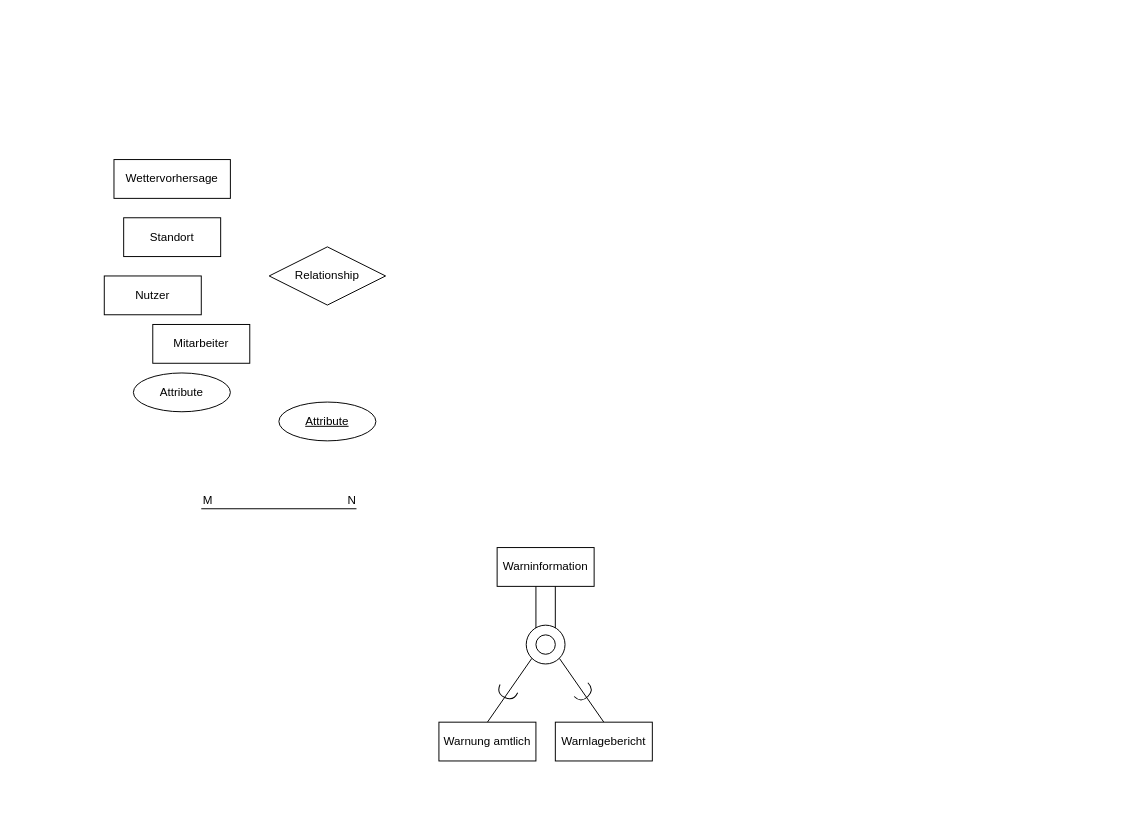
This is Datenbanken.drawio from mertoo36/Web-Programmierung, a draw.io file, before an edit. Source tidied: cells renumbered, new cells numbered last; positions are measured from the earlier drawing's top-left corner, leaving out a move shared by most shapes. Both pictures are drawn from the tidied source at 97%, with x=0, y=0 at pixel (104, 159).
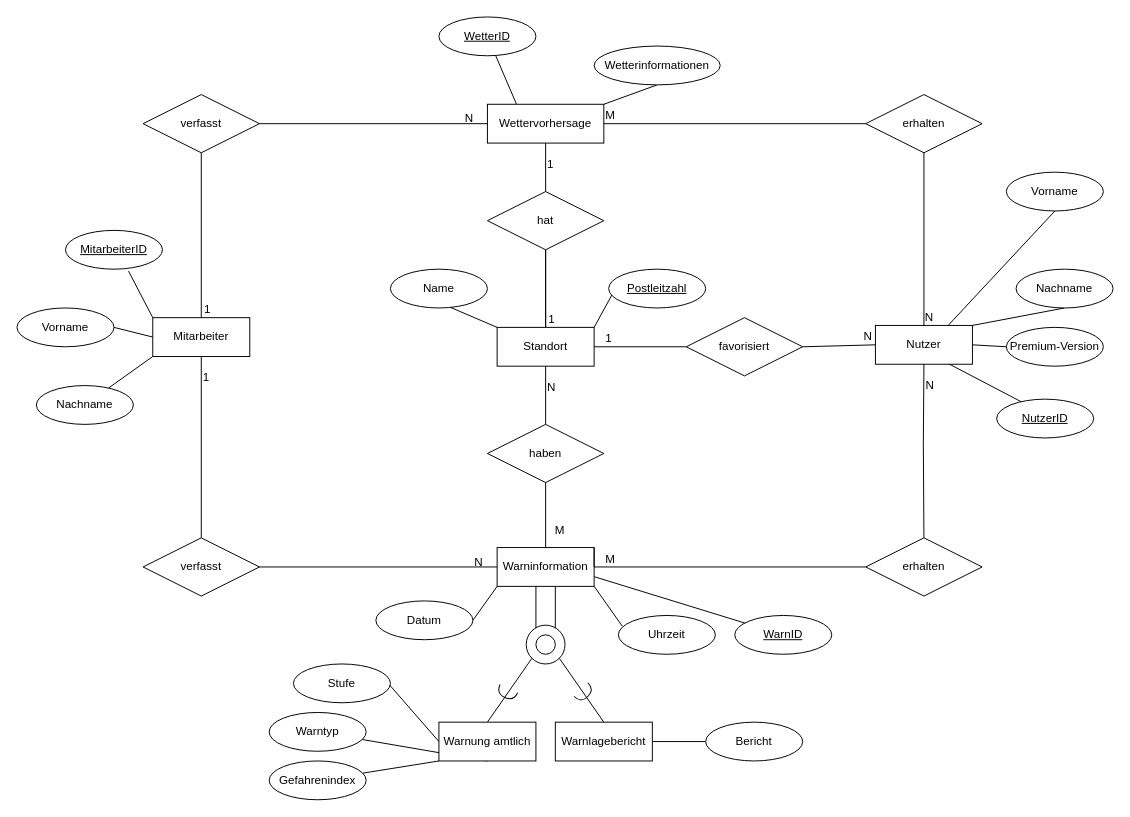
Above is the later version.

The change refers to these unchanged cells:
```xml
<mxCell id="15" value="Warninformation" style="whiteSpace=wrap;html=1;align=center;" parent="1" vertex="1">
  <mxGeometry x="405" y="400" width="100" height="40" as="geometry" />
</mxCell>
<mxCell id="16" value="Warnung amtlich" style="whiteSpace=wrap;html=1;align=center;" parent="1" vertex="1">
  <mxGeometry x="345" y="580" width="100" height="40" as="geometry" />
</mxCell>
<mxCell id="19" value="Warnlagebericht" style="whiteSpace=wrap;html=1;align=center;" parent="1" vertex="1">
  <mxGeometry x="465" y="580" width="100" height="40" as="geometry" />
</mxCell>
```

Change to the diagram source:
```diff
@@
-    <mxCell id="3" style="endArrow=none;html=1;rounded=0;" parent="1" edge="1">
+    <mxCell id="3" style="endArrow=none;html=1;rounded=0;entryX=0.5;entryY=0;entryDx=0;entryDy=0;exitX=0.5;exitY=1;exitDx=0;exitDy=0;" parent="1" edge="1" source="17" target="62">
       <mxGeometry relative="1" as="geometry">
-        <mxPoint x="100" y="360" as="sourcePoint" />
-        <mxPoint x="260" y="360" as="targetPoint" />
+        <Array as="points">
+          <mxPoint x="100" y="283" />
+        </Array>
       </mxGeometry>
     </mxCell>
-    <mxCell id="4" value="M" style="html=1;align=left;verticalAlign=bottom;" parent="3" vertex="1">
-      <mxGeometry x="-1" relative="1" as="geometry" />
+    <mxCell id="4" value="1" style="html=1;align=left;verticalAlign=bottom;" parent="3" vertex="1">
+      <mxGeometry x="-1" relative="1" as="geometry">
+        <mxPoint y="30" as="offset" />
+      </mxGeometry>
     </mxCell>
-    <mxCell id="5" value="N" style="html=1;align=right;verticalAlign=bottom;" parent="3" vertex="1">
-      <mxGeometry x="1" relative="1" as="geometry" />
-    </mxCell>
@@
+    <mxCell id="22" style="jettySize=auto;html=1;exitX=0;exitY=0;exitDx=0;exitDy=0;entryX=1;entryY=1;entryDx=0;entryDy=0;fontFamily=Helvetica;fontSize=12;fontColor=default;startArrow=none;startFill=0;endArrow=none;endFill=0;rounded=0;strokeColor=default;" parent="1" edge="1" source="10" target="12">
+      <mxGeometry relative="1" as="geometry" />
+    </mxCell>
+    <mxCell id="23" style="edgeStyle=none;rounded=0;jettySize=auto;html=1;exitX=1;exitY=0;exitDx=0;exitDy=0;entryX=0.5;entryY=1;entryDx=0;entryDy=0;strokeColor=default;fontFamily=Helvetica;fontSize=12;fontColor=default;startArrow=none;startFill=0;endArrow=none;endFill=0;" parent="1" edge="1" source="10" target="41">
+      <mxGeometry relative="1" as="geometry" />
+    </mxCell>
+    <mxCell id="24" style="edgeStyle=none;rounded=0;jettySize=auto;html=1;exitX=0.75;exitY=0;exitDx=0;exitDy=0;entryX=0.5;entryY=1;entryDx=0;entryDy=0;strokeColor=default;fontFamily=Helvetica;fontSize=12;fontColor=default;startArrow=none;startFill=0;endArrow=none;endFill=0;" parent="1" edge="1" source="10" target="13">
+      <mxGeometry relative="1" as="geometry" />
+    </mxCell>
+    <mxCell id="25" style="edgeStyle=none;rounded=0;jettySize=auto;html=1;exitX=1;exitY=0.5;exitDx=0;exitDy=0;entryX=0;entryY=0.5;entryDx=0;entryDy=0;strokeColor=default;fontFamily=Helvetica;fontSize=12;fontColor=default;startArrow=none;startFill=0;endArrow=none;endFill=0;" parent="1" edge="1" source="10" target="42">
+      <mxGeometry relative="1" as="geometry" />
+    </mxCell>
     <mxCell id="10" value="Nutzer" style="whiteSpace=wrap;html=1;align=center;" parent="1" vertex="1">
-      <mxGeometry y="120" width="100" height="40" as="geometry" />
+      <mxGeometry x="795" y="171" width="100" height="40" as="geometry" />
     </mxCell>
-    <mxCell id="11" value="Relationship" style="shape=rhombus;perimeter=rhombusPerimeter;whiteSpace=wrap;html=1;align=center;" parent="1" vertex="1">
-      <mxGeometry x="170" y="90" width="120" height="60" as="geometry" />
-    </mxCell>
-    <mxCell id="12" value="Attribute" style="ellipse;whiteSpace=wrap;html=1;align=center;fontStyle=4;" parent="1" vertex="1">
-      <mxGeometry x="180" y="250" width="100" height="40" as="geometry" />
+    <mxCell id="12" value="NutzerID" style="ellipse;whiteSpace=wrap;html=1;align=center;fontStyle=4;" parent="1" vertex="1">
+      <mxGeometry x="920" y="247" width="100" height="40" as="geometry" />
     </mxCell>
-    <mxCell id="13" value="Attribute" style="ellipse;whiteSpace=wrap;html=1;align=center;" parent="1" vertex="1">
-      <mxGeometry x="30" y="220" width="100" height="40" as="geometry" />
+    <mxCell id="13" value="Vorname" style="ellipse;whiteSpace=wrap;html=1;align=center;" parent="1" vertex="1">
+      <mxGeometry x="930" y="13" width="100" height="40" as="geometry" />
     </mxCell>
+    <mxCell id="26" style="edgeStyle=none;rounded=0;jettySize=auto;html=1;exitX=0.25;exitY=0;exitDx=0;exitDy=0;strokeColor=default;fontFamily=Helvetica;fontSize=12;fontColor=default;startArrow=none;startFill=0;endArrow=none;endFill=0;" parent="1" edge="1" source="14" target="43">
+      <mxGeometry relative="1" as="geometry" />
+    </mxCell>
+    <mxCell id="27" style="edgeStyle=none;rounded=0;jettySize=auto;html=1;exitX=1;exitY=0;exitDx=0;exitDy=0;entryX=0.5;entryY=1;entryDx=0;entryDy=0;strokeColor=default;fontFamily=Helvetica;fontSize=12;fontColor=default;startArrow=none;startFill=0;endArrow=none;endFill=0;" parent="1" edge="1" source="14" target="44">
+      <mxGeometry relative="1" as="geometry" />
+    </mxCell>
     <mxCell id="14" value="Wettervorhersage" style="whiteSpace=wrap;html=1;align=center;" parent="1" vertex="1">
-      <mxGeometry x="10" width="120" height="40" as="geometry" />
+      <mxGeometry x="395" y="-57" width="120" height="40" as="geometry" />
     </mxCell>
+    <mxCell id="28" style="edgeStyle=none;rounded=0;jettySize=auto;html=1;exitX=1;exitY=0.75;exitDx=0;exitDy=0;strokeColor=default;fontFamily=Helvetica;fontSize=12;fontColor=default;startArrow=none;startFill=0;endArrow=none;endFill=0;" parent="1" edge="1" source="15" target="50">
+      <mxGeometry relative="1" as="geometry" />
+    </mxCell>
+    <mxCell id="29" style="edgeStyle=none;rounded=0;jettySize=auto;html=1;exitX=1;exitY=1;exitDx=0;exitDy=0;entryX=0.04;entryY=0.275;entryDx=0;entryDy=0;entryPerimeter=0;strokeColor=default;fontFamily=Helvetica;fontSize=12;fontColor=default;startArrow=none;startFill=0;endArrow=none;endFill=0;" parent="1" edge="1" source="15" target="52">
+      <mxGeometry relative="1" as="geometry" />
+    </mxCell>
+    <mxCell id="30" style="edgeStyle=none;rounded=0;jettySize=auto;html=1;entryX=1;entryY=0.5;entryDx=0;entryDy=0;strokeColor=default;fontFamily=Helvetica;fontSize=12;fontColor=default;startArrow=none;startFill=0;endArrow=none;endFill=0;exitX=0;exitY=1;exitDx=0;exitDy=0;" parent="1" edge="1" source="15" target="51">
+      <mxGeometry relative="1" as="geometry" />
+    </mxCell>
@@
+    <mxCell id="31" style="edgeStyle=none;rounded=0;jettySize=auto;html=1;exitX=0.5;exitY=1;exitDx=0;exitDy=0;strokeColor=default;fontFamily=Helvetica;fontSize=12;fontColor=default;startArrow=none;startFill=0;endArrow=none;endFill=0;" parent="1" edge="1" source="16" target="56">
+      <mxGeometry relative="1" as="geometry" />
+    </mxCell>
+    <mxCell id="32" style="edgeStyle=none;rounded=0;jettySize=auto;html=1;exitX=0;exitY=0.5;exitDx=0;exitDy=0;entryX=1;entryY=0;entryDx=0;entryDy=0;strokeColor=default;fontFamily=Helvetica;fontSize=12;fontColor=default;startArrow=none;startFill=0;endArrow=none;endFill=0;" parent="1" edge="1" source="16" target="55">
+      <mxGeometry relative="1" as="geometry" />
+    </mxCell>
+    <mxCell id="33" style="edgeStyle=none;rounded=0;jettySize=auto;html=1;exitX=0;exitY=1;exitDx=0;exitDy=0;strokeColor=default;fontFamily=Helvetica;fontSize=12;fontColor=default;startArrow=none;startFill=0;endArrow=none;endFill=0;" parent="1" edge="1" source="16" target="54">
+      <mxGeometry relative="1" as="geometry" />
+    </mxCell>
@@
+    <mxCell id="34" style="edgeStyle=none;rounded=0;jettySize=auto;html=1;exitX=0;exitY=0;exitDx=0;exitDy=0;entryX=0.65;entryY=1.05;entryDx=0;entryDy=0;entryPerimeter=0;strokeColor=default;fontFamily=Helvetica;fontSize=12;fontColor=default;startArrow=none;startFill=0;endArrow=none;endFill=0;" parent="1" edge="1" source="17" target="47">
+      <mxGeometry relative="1" as="geometry" />
+    </mxCell>
+    <mxCell id="35" style="edgeStyle=none;rounded=0;jettySize=auto;html=1;exitX=0;exitY=0.5;exitDx=0;exitDy=0;entryX=1;entryY=0.5;entryDx=0;entryDy=0;strokeColor=default;fontFamily=Helvetica;fontSize=12;fontColor=default;startArrow=none;startFill=0;endArrow=none;endFill=0;" parent="1" edge="1" source="17" target="49">
+      <mxGeometry relative="1" as="geometry" />
+    </mxCell>
+    <mxCell id="36" style="edgeStyle=none;rounded=0;jettySize=auto;html=1;exitX=0;exitY=1;exitDx=0;exitDy=0;strokeColor=default;fontFamily=Helvetica;fontSize=12;fontColor=default;startArrow=none;startFill=0;endArrow=none;endFill=0;" parent="1" edge="1" source="17" target="48">
+      <mxGeometry relative="1" as="geometry" />
+    </mxCell>
     <mxCell id="17" value="Mitarbeiter" style="whiteSpace=wrap;html=1;align=center;" parent="1" vertex="1">
-      <mxGeometry x="50" y="170" width="100" height="40" as="geometry" />
+      <mxGeometry x="50" y="163" width="100" height="40" as="geometry" />
     </mxCell>
+    <mxCell id="37" style="edgeStyle=none;rounded=0;jettySize=auto;html=1;exitX=0;exitY=0;exitDx=0;exitDy=0;entryX=0.61;entryY=0.975;entryDx=0;entryDy=0;entryPerimeter=0;strokeColor=default;fontFamily=Helvetica;fontSize=12;fontColor=default;startArrow=none;startFill=0;endArrow=none;endFill=0;" parent="1" edge="1" source="18" target="46">
+      <mxGeometry relative="1" as="geometry" />
+    </mxCell>
+    <mxCell id="38" style="edgeStyle=none;rounded=0;jettySize=auto;html=1;exitX=1;exitY=0;exitDx=0;exitDy=0;entryX=0;entryY=0;entryDx=0;entryDy=0;strokeColor=default;fontFamily=Helvetica;fontSize=12;fontColor=default;startArrow=none;startFill=0;endArrow=none;endFill=0;" parent="1" edge="1" source="18" target="45">
+      <mxGeometry relative="1" as="geometry" />
+    </mxCell>
+    <mxCell id="39" style="edgeStyle=none;rounded=0;jettySize=auto;html=1;strokeColor=default;fontFamily=Helvetica;fontSize=12;fontColor=default;startArrow=none;startFill=0;endArrow=none;endFill=0;" parent="1" edge="1" source="18" target="58">
+      <mxGeometry relative="1" as="geometry" />
+    </mxCell>
     <mxCell id="18" value="Standort" style="whiteSpace=wrap;html=1;align=center;" parent="1" vertex="1">
-      <mxGeometry x="20" y="60" width="100" height="40" as="geometry" />
+      <mxGeometry x="405" y="173" width="100" height="40" as="geometry" />
     </mxCell>
+    <mxCell id="40" style="edgeStyle=none;rounded=0;jettySize=auto;html=1;exitX=1;exitY=0.5;exitDx=0;exitDy=0;entryX=0;entryY=0.5;entryDx=0;entryDy=0;strokeColor=default;fontFamily=Helvetica;fontSize=12;fontColor=default;startArrow=none;startFill=0;endArrow=none;endFill=0;" parent="1" edge="1" source="19" target="53">
+      <mxGeometry relative="1" as="geometry" />
+    </mxCell>
@@
+    <mxCell id="41" value="Nachname" style="ellipse;whiteSpace=wrap;html=1;align=center;" parent="1" vertex="1">
+      <mxGeometry x="940" y="113" width="100" height="40" as="geometry" />
+    </mxCell>
+    <mxCell id="42" value="Premium-Version" style="ellipse;whiteSpace=wrap;html=1;align=center;" parent="1" vertex="1">
+      <mxGeometry x="930" y="173" width="100" height="40" as="geometry" />
+    </mxCell>
+    <mxCell id="43" value="WetterID" style="ellipse;whiteSpace=wrap;html=1;align=center;fontStyle=4;" parent="1" vertex="1">
+      <mxGeometry x="345" y="-147" width="100" height="40" as="geometry" />
+    </mxCell>
+    <mxCell id="44" value="Wetterinformationen" style="ellipse;whiteSpace=wrap;html=1;align=center;" parent="1" vertex="1">
+      <mxGeometry x="505" y="-117" width="130" height="40" as="geometry" />
+    </mxCell>
+    <mxCell id="45" value="Postleitzahl" style="ellipse;whiteSpace=wrap;html=1;align=center;fontStyle=4;" parent="1" vertex="1">
+      <mxGeometry x="520" y="113" width="100" height="40" as="geometry" />
+    </mxCell>
+    <mxCell id="46" value="Name" style="ellipse;whiteSpace=wrap;html=1;align=center;" parent="1" vertex="1">
+      <mxGeometry x="295" y="113" width="100" height="40" as="geometry" />
+    </mxCell>
+    <mxCell id="47" value="MitarbeiterID" style="ellipse;whiteSpace=wrap;html=1;align=center;fontStyle=4;" parent="1" vertex="1">
+      <mxGeometry x="-40" y="73" width="100" height="40" as="geometry" />
+    </mxCell>
+    <mxCell id="48" value="Nachname" style="ellipse;whiteSpace=wrap;html=1;align=center;" parent="1" vertex="1">
+      <mxGeometry x="-70" y="233" width="100" height="40" as="geometry" />
+    </mxCell>
+    <mxCell id="49" value="Vorname" style="ellipse;whiteSpace=wrap;html=1;align=center;" parent="1" vertex="1">
+      <mxGeometry x="-90" y="153" width="100" height="40" as="geometry" />
+    </mxCell>
+    <mxCell id="50" value="WarnID" style="ellipse;whiteSpace=wrap;html=1;align=center;fontStyle=4;" parent="1" vertex="1">
+      <mxGeometry x="650" y="470" width="100" height="40" as="geometry" />
+    </mxCell>
+    <mxCell id="51" value="Datum" style="ellipse;whiteSpace=wrap;html=1;align=center;" parent="1" vertex="1">
+      <mxGeometry x="280" y="455" width="100" height="40" as="geometry" />
+    </mxCell>
+    <mxCell id="52" value="Uhrzeit" style="ellipse;whiteSpace=wrap;html=1;align=center;" parent="1" vertex="1">
+      <mxGeometry x="530" y="470" width="100" height="40" as="geometry" />
+    </mxCell>
+    <mxCell id="53" value="Bericht" style="ellipse;whiteSpace=wrap;html=1;align=center;" parent="1" vertex="1">
+      <mxGeometry x="620" y="580" width="100" height="40" as="geometry" />
+    </mxCell>
+    <mxCell id="54" value="Gefahrenindex" style="ellipse;whiteSpace=wrap;html=1;align=center;" parent="1" vertex="1">
+      <mxGeometry x="170" y="620" width="100" height="40" as="geometry" />
+    </mxCell>
+    <mxCell id="55" value="Stufe" style="ellipse;whiteSpace=wrap;html=1;align=center;" parent="1" vertex="1">
+      <mxGeometry x="195" y="520" width="100" height="40" as="geometry" />
+    </mxCell>
+    <mxCell id="56" value="Warntyp" style="ellipse;whiteSpace=wrap;html=1;align=center;" parent="1" vertex="1">
+      <mxGeometry x="170" y="570" width="100" height="40" as="geometry" />
+    </mxCell>
+    <mxCell id="57" value="erhalten" style="shape=rhombus;perimeter=rhombusPerimeter;whiteSpace=wrap;html=1;align=center;" parent="1" vertex="1">
+      <mxGeometry x="785" y="-67" width="120" height="60" as="geometry" />
+    </mxCell>
+    <mxCell id="58" value="hat" style="shape=rhombus;perimeter=rhombusPerimeter;whiteSpace=wrap;html=1;align=center;" parent="1" vertex="1">
+      <mxGeometry x="395" y="33" width="120" height="60" as="geometry" />
+    </mxCell>
+    <mxCell id="59" value="haben" style="shape=rhombus;perimeter=rhombusPerimeter;whiteSpace=wrap;html=1;align=center;" parent="1" vertex="1">
+      <mxGeometry x="395" y="273" width="120" height="60" as="geometry" />
+    </mxCell>
+    <mxCell id="60" value="erhalten" style="shape=rhombus;perimeter=rhombusPerimeter;whiteSpace=wrap;html=1;align=center;" parent="1" vertex="1">
+      <mxGeometry x="785" y="390" width="120" height="60" as="geometry" />
+    </mxCell>
+    <mxCell id="61" value="verfasst" style="shape=rhombus;perimeter=rhombusPerimeter;whiteSpace=wrap;html=1;align=center;" parent="1" vertex="1">
+      <mxGeometry x="40" y="-67" width="120" height="60" as="geometry" />
+    </mxCell>
+    <mxCell id="62" value="verfasst" style="shape=rhombus;perimeter=rhombusPerimeter;whiteSpace=wrap;html=1;align=center;" parent="1" vertex="1">
+      <mxGeometry x="40" y="390" width="120" height="60" as="geometry" />
+    </mxCell>
+    <mxCell id="63" value="favorisiert" style="shape=rhombus;perimeter=rhombusPerimeter;whiteSpace=wrap;html=1;align=center;" parent="1" vertex="1">
+      <mxGeometry x="600" y="163" width="120" height="60" as="geometry" />
+    </mxCell>
+    <mxCell id="64" style="edgeStyle=none;rounded=0;orthogonalLoop=1;jettySize=auto;html=1;exitX=1;exitY=0;exitDx=0;exitDy=0;entryX=1;entryY=0.5;entryDx=0;entryDy=0;strokeColor=default;fontFamily=Helvetica;fontSize=12;fontColor=default;startArrow=none;startFill=0;endArrow=none;endFill=0;" parent="1" edge="1" source="15" target="15">
+      <mxGeometry relative="1" as="geometry" />
+    </mxCell>
+    <mxCell id="65" style="endArrow=none;html=1;rounded=0;entryX=0.5;entryY=0;entryDx=0;entryDy=0;" parent="1" edge="1" source="61" target="17">
+      <mxGeometry relative="1" as="geometry" />
+    </mxCell>
+    <mxCell id="66" value="1" style="html=1;align=right;verticalAlign=bottom;" parent="65" vertex="1">
+      <mxGeometry x="1" relative="1" as="geometry">
+        <mxPoint x="10" as="offset" />
+      </mxGeometry>
+    </mxCell>
+    <mxCell id="67" style="endArrow=none;html=1;rounded=0;exitX=0.5;exitY=1;exitDx=0;exitDy=0;entryX=0.5;entryY=0;entryDx=0;entryDy=0;" parent="1" edge="1" source="10" target="60">
+      <mxGeometry relative="1" as="geometry">
+        <Array as="points">
+          <mxPoint x="844.4" y="293" />
+        </Array>
+      </mxGeometry>
+    </mxCell>
+    <mxCell id="68" value="N" style="html=1;align=left;verticalAlign=bottom;" parent="67" vertex="1">
+      <mxGeometry x="-1" relative="1" as="geometry">
+        <mxPoint y="30" as="offset" />
+      </mxGeometry>
+    </mxCell>
+    <mxCell id="69" style="endArrow=none;html=1;rounded=0;entryX=0.5;entryY=0;entryDx=0;entryDy=0;exitX=0.5;exitY=1;exitDx=0;exitDy=0;" parent="1" edge="1" source="57" target="10">
+      <mxGeometry relative="1" as="geometry" />
+    </mxCell>
+    <mxCell id="70" value="N" style="html=1;align=right;verticalAlign=bottom;" parent="69" vertex="1">
+      <mxGeometry x="1" relative="1" as="geometry">
+        <mxPoint x="10" as="offset" />
+      </mxGeometry>
+    </mxCell>
+    <mxCell id="71" style="endArrow=none;html=1;rounded=0;entryX=0.5;entryY=0;entryDx=0;entryDy=0;exitX=0.5;exitY=1;exitDx=0;exitDy=0;" parent="1" edge="1" source="59" target="15">
+      <mxGeometry relative="1" as="geometry" />
+    </mxCell>
+    <mxCell id="72" value="M" style="html=1;align=right;verticalAlign=bottom;" parent="71" vertex="1">
+      <mxGeometry x="1" relative="1" as="geometry">
+        <mxPoint x="20" y="-10" as="offset" />
+      </mxGeometry>
+    </mxCell>
+    <mxCell id="73" style="endArrow=none;html=1;rounded=0;entryX=0.5;entryY=0;entryDx=0;entryDy=0;exitX=0.5;exitY=1;exitDx=0;exitDy=0;" parent="1" edge="1" source="18" target="59">
+      <mxGeometry relative="1" as="geometry" />
+    </mxCell>
+    <mxCell id="74" value="N" style="html=1;align=left;verticalAlign=bottom;" parent="73" vertex="1">
+      <mxGeometry x="-1" relative="1" as="geometry">
+        <mxPoint y="30" as="offset" />
+      </mxGeometry>
+    </mxCell>
+    <mxCell id="75" style="endArrow=none;html=1;rounded=0;entryX=0.5;entryY=0;entryDx=0;entryDy=0;exitX=0.5;exitY=1;exitDx=0;exitDy=0;" parent="1" edge="1" source="58" target="18">
+      <mxGeometry relative="1" as="geometry" />
+    </mxCell>
+    <mxCell id="76" value="1" style="html=1;align=right;verticalAlign=bottom;" parent="75" vertex="1">
+      <mxGeometry x="1" relative="1" as="geometry">
+        <mxPoint x="10" as="offset" />
+      </mxGeometry>
+    </mxCell>
+    <mxCell id="77" style="endArrow=none;html=1;rounded=0;entryX=0.5;entryY=0;entryDx=0;entryDy=0;exitX=0.5;exitY=1;exitDx=0;exitDy=0;" parent="1" edge="1" source="14" target="58">
+      <mxGeometry relative="1" as="geometry" />
+    </mxCell>
+    <mxCell id="78" value="1" style="html=1;align=left;verticalAlign=bottom;" parent="77" vertex="1">
+      <mxGeometry x="-1" relative="1" as="geometry">
+        <mxPoint y="30" as="offset" />
+      </mxGeometry>
+    </mxCell>
+    <mxCell id="79" style="endArrow=none;html=1;rounded=0;entryX=1;entryY=0.5;entryDx=0;entryDy=0;exitX=0;exitY=0.5;exitDx=0;exitDy=0;" parent="1" edge="1" source="15" target="62">
+      <mxGeometry relative="1" as="geometry" />
+    </mxCell>
+    <mxCell id="80" value="N" style="html=1;align=left;verticalAlign=bottom;" parent="79" vertex="1">
+      <mxGeometry x="-1" relative="1" as="geometry">
+        <mxPoint x="-25" y="3" as="offset" />
+      </mxGeometry>
+    </mxCell>
+    <mxCell id="81" style="endArrow=none;html=1;rounded=0;entryX=1;entryY=0.5;entryDx=0;entryDy=0;" parent="1" edge="1" source="14" target="61">
+      <mxGeometry relative="1" as="geometry" />
+    </mxCell>
+    <mxCell id="82" value="N" style="html=1;align=left;verticalAlign=bottom;" parent="81" vertex="1">
+      <mxGeometry x="-1" relative="1" as="geometry">
+        <mxPoint x="-25" y="3" as="offset" />
+      </mxGeometry>
+    </mxCell>
+    <mxCell id="83" style="endArrow=none;html=1;rounded=0;entryX=1;entryY=0.5;entryDx=0;entryDy=0;exitX=0;exitY=0.5;exitDx=0;exitDy=0;" parent="1" edge="1" source="60" target="15">
+      <mxGeometry relative="1" as="geometry" />
+    </mxCell>
+    <mxCell id="84" value="M" style="html=1;align=left;verticalAlign=bottom;" parent="83" vertex="1">
+      <mxGeometry x="-1" relative="1" as="geometry">
+        <mxPoint x="-270" as="offset" />
+      </mxGeometry>
+    </mxCell>
+    <mxCell id="85" style="endArrow=none;html=1;rounded=0;entryX=1;entryY=0.5;entryDx=0;entryDy=0;exitX=0;exitY=0.5;exitDx=0;exitDy=0;" parent="1" edge="1" source="57" target="14">
+      <mxGeometry relative="1" as="geometry" />
+    </mxCell>
+    <mxCell id="86" value="M" style="html=1;align=left;verticalAlign=bottom;" parent="85" vertex="1">
+      <mxGeometry x="-1" relative="1" as="geometry">
+        <mxPoint x="-270" as="offset" />
+      </mxGeometry>
+    </mxCell>
+    <mxCell id="87" style="endArrow=none;html=1;rounded=0;entryX=1;entryY=0.5;entryDx=0;entryDy=0;exitX=0;exitY=0.5;exitDx=0;exitDy=0;" parent="1" edge="1" source="10" target="63">
+      <mxGeometry relative="1" as="geometry" />
+    </mxCell>
+    <mxCell id="88" value="N" style="html=1;align=right;verticalAlign=bottom;" parent="1" vertex="1">
+      <mxGeometry x="865" y="180.6" as="geometry">
+        <mxPoint x="-73" y="9" as="offset" />
+      </mxGeometry>
+    </mxCell>
+    <mxCell id="89" style="endArrow=none;html=1;rounded=0;exitX=0;exitY=0.5;exitDx=0;exitDy=0;" parent="1" edge="1" source="63" target="18">
+      <mxGeometry relative="1" as="geometry" />
+    </mxCell>
+    <mxCell id="90" value="1" style="html=1;align=left;verticalAlign=bottom;" parent="89" vertex="1">
+      <mxGeometry x="-1" relative="1" as="geometry">
+        <mxPoint x="-85" as="offset" />
+      </mxGeometry>
+    </mxCell>
```
